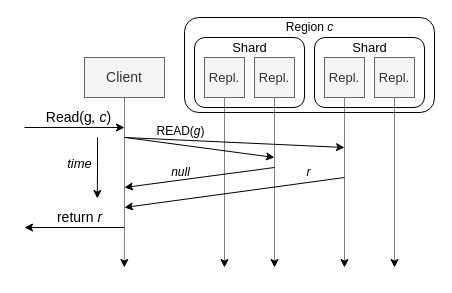
This is docs/read_flow.drawio from nathanieltornow/PMLog, a draw.io file, before an edit. Source tidied: cells renumbered, new cells numbered last; positions are measured from the earlier drawing's top-left corner, leaving out a move shared by most shapes. Both pictures are drawn from the tidied source at 100%, with x=0, y=0 at pixel (24, 17).
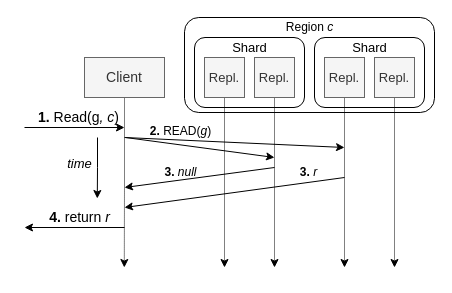
The same page after the edit.

Diff of the diagram source:
```diff
@@
-    <mxCell id="13" value="Read(g&lt;i&gt;, c&lt;/i&gt;)" style="text;html=1;align=center;verticalAlign=middle;strokeColor=none;fillColor=none;fontSize=14;" parent="1" vertex="1">
-      <mxGeometry x="14" y="90" width="80" height="20" as="geometry" />
+    <mxCell id="13" value="&lt;b&gt;1.&amp;nbsp;&lt;/b&gt;Read(g&lt;i&gt;, c&lt;/i&gt;)" style="text;html=1;align=center;verticalAlign=middle;strokeColor=none;fillColor=none;fontSize=14;" parent="1" vertex="1">
+      <mxGeometry x="4" y="90" width="100" height="20" as="geometry" />
     </mxCell>
@@
-    <mxCell id="24" value="READ(&lt;i&gt;g&lt;/i&gt;)" style="text;html=1;align=center;verticalAlign=middle;strokeColor=none;fillColor=none;" parent="1" vertex="1">
-      <mxGeometry x="126" y="104" width="60" height="20" as="geometry" />
+    <mxCell id="24" value="&lt;b&gt;2.&amp;nbsp;&lt;/b&gt;READ(&lt;i&gt;g&lt;/i&gt;)" style="text;html=1;align=center;verticalAlign=middle;strokeColor=none;fillColor=none;" parent="1" vertex="1">
+      <mxGeometry x="116" y="104" width="80" height="20" as="geometry" />
     </mxCell>
@@
-    <mxCell id="27" value="&lt;i&gt;null&lt;/i&gt;" style="text;html=1;align=center;verticalAlign=middle;strokeColor=none;fillColor=none;" parent="1" vertex="1">
-      <mxGeometry x="141" y="145" width="30" height="20" as="geometry" />
+    <mxCell id="27" value="&lt;b&gt;3.&lt;i&gt;&amp;nbsp;&lt;/i&gt;&lt;/b&gt;&lt;i&gt;null&lt;/i&gt;" style="text;html=1;align=center;verticalAlign=middle;strokeColor=none;fillColor=none;" parent="1" vertex="1">
+      <mxGeometry x="131" y="145" width="50" height="20" as="geometry" />
     </mxCell>
@@
-    <mxCell id="29" value="return &lt;i&gt;r&lt;/i&gt;" style="text;html=1;align=center;verticalAlign=middle;strokeColor=none;fillColor=none;fontSize=14;" parent="1" vertex="1">
-      <mxGeometry x="25" y="190" width="60" height="20" as="geometry" />
+    <mxCell id="29" value="&lt;b&gt;4.&amp;nbsp;&lt;/b&gt;return &lt;i&gt;r&lt;/i&gt;" style="text;html=1;align=center;verticalAlign=middle;strokeColor=none;fillColor=none;fontSize=14;" parent="1" vertex="1">
+      <mxGeometry x="15" y="190" width="80" height="20" as="geometry" />
     </mxCell>
-    <mxCell id="30" value="&lt;i&gt;r&lt;/i&gt;" style="text;html=1;align=center;verticalAlign=middle;strokeColor=none;fillColor=none;" parent="1" vertex="1">
-      <mxGeometry x="274" y="145" width="20" height="20" as="geometry" />
+    <mxCell id="30" value="&lt;b&gt;3.&amp;nbsp;&lt;/b&gt;&lt;i&gt;r&lt;/i&gt;" style="text;html=1;align=center;verticalAlign=middle;strokeColor=none;fillColor=none;" parent="1" vertex="1">
+      <mxGeometry x="269" y="145" width="30" height="20" as="geometry" />
     </mxCell>
```
